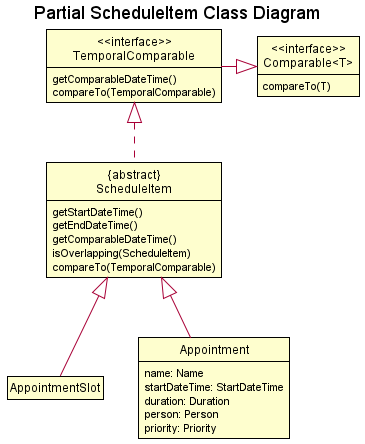
nus-cs2103-AY2122S2/tp keeps this PlantUML diagram as docs/images/ScheduleItemClassDiagram.png. Above is the earlier version.
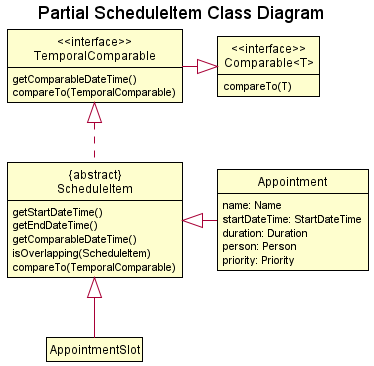
The same diagram one commit later.

Commit message:
Flatten diagram for formatting

The edit, as a diff of the source:
```diff
@@ -37,9 +37,9 @@
     compareTo(T)
 }
 
-AppointmentSlot -[hidden]right- Appointment
+
 AppointmentSlot -up-|> ScheduleItem
-Appointment -up-|> ScheduleItem
+Appointment -left-|> ScheduleItem
 ScheduleItem .up.|> TemporalComparable
 TemporalComparable -right-|> Comparable
 
```
